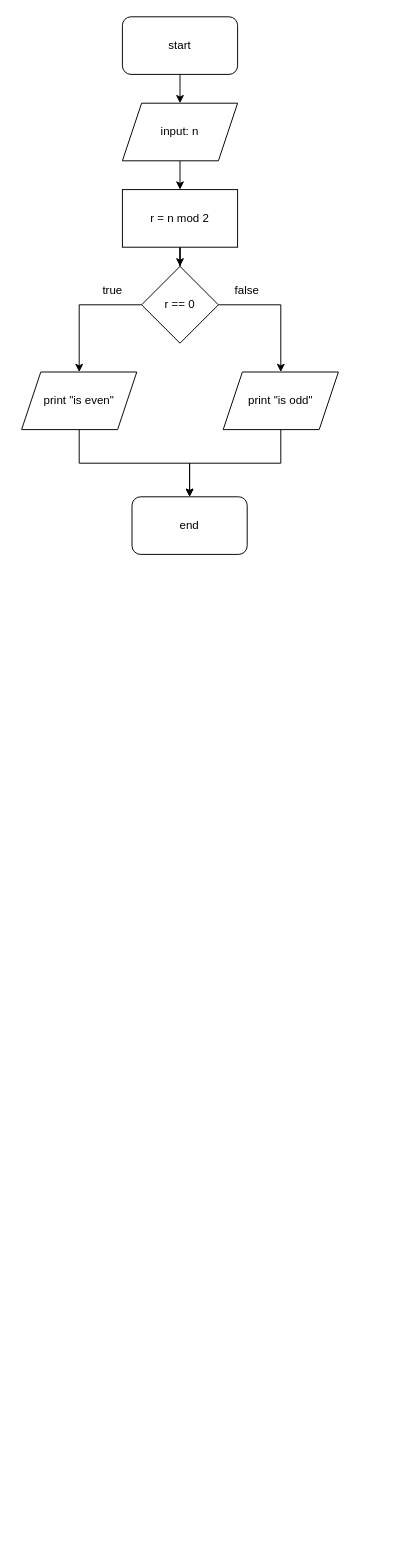
Above: Diagram bez tytułu.drawio in jacekwargol/AdventOfCode (draw.io), before the change. Source tidied: cells renumbered, new cells numbered last; positions are measured from the earlier drawing's top-left corner, leaving out a move shared by most shapes. Both pictures are drawn from the tidied source at 96%, with x=0, y=0 at pixel (21, 16).
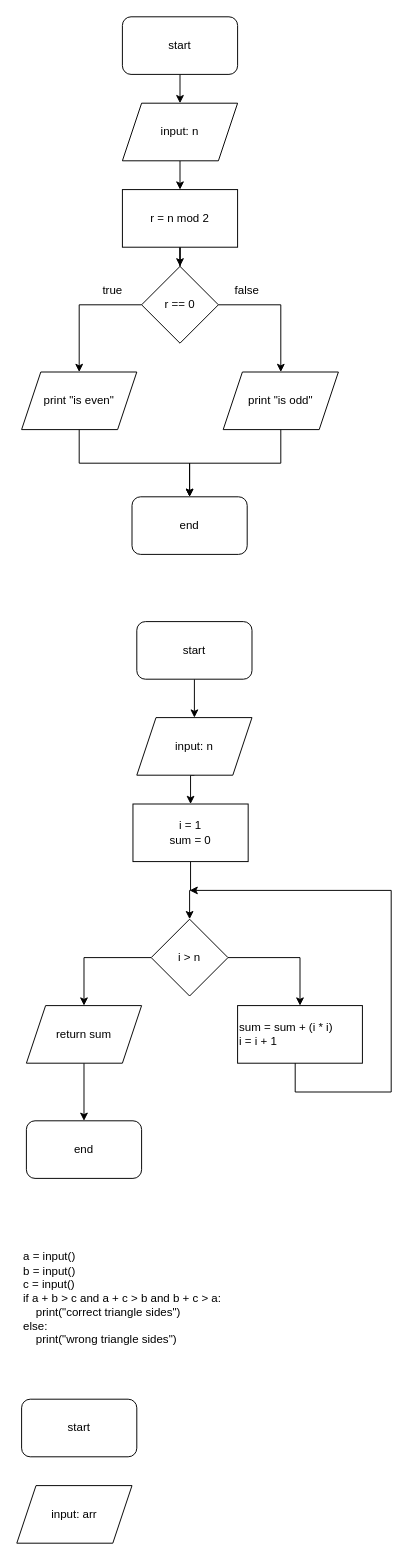
Above is the later version.

Change to the diagram source:
```diff
@@
+    <mxCell id="18" style="edgeStyle=orthogonalEdgeStyle;rounded=0;jettySize=auto;html=1;exitX=0.5;exitY=1;exitDx=0;exitDy=0;entryX=0.5;entryY=0;entryDx=0;entryDy=0;" parent="1" edge="1" source="19" target="23">
+      <mxGeometry relative="1" as="geometry" />
+    </mxCell>
+    <mxCell id="19" value="input: n" style="shape=parallelogram;perimeter=parallelogramPerimeter;whiteSpace=wrap;html=1;fixedSize=1;" parent="1" vertex="1">
+      <mxGeometry x="120" y="730" width="120" height="60" as="geometry" />
+    </mxCell>
+    <mxCell id="20" style="edgeStyle=orthogonalEdgeStyle;rounded=0;jettySize=auto;html=1;exitX=0.5;exitY=1;exitDx=0;exitDy=0;entryX=0.5;entryY=0;entryDx=0;entryDy=0;" parent="1" edge="1" source="21" target="19">
+      <mxGeometry relative="1" as="geometry" />
+    </mxCell>
+    <mxCell id="21" value="start" style="rounded=1;whiteSpace=wrap;html=1;" parent="1" vertex="1">
+      <mxGeometry x="120" y="630" width="120" height="60" as="geometry" />
+    </mxCell>
+    <mxCell id="22" style="edgeStyle=orthogonalEdgeStyle;rounded=0;jettySize=auto;html=1;exitX=0.5;exitY=1;exitDx=0;exitDy=0;entryX=0.5;entryY=0;entryDx=0;entryDy=0;" parent="1" edge="1" source="23" target="26">
+      <mxGeometry relative="1" as="geometry" />
+    </mxCell>
+    <mxCell id="23" value="i = 1&lt;br&gt;sum = 0" style="rounded=0;whiteSpace=wrap;html=1;" parent="1" vertex="1">
+      <mxGeometry x="116" y="820" width="120" height="60" as="geometry" />
+    </mxCell>
+    <mxCell id="24" style="edgeStyle=orthogonalEdgeStyle;rounded=0;jettySize=auto;html=1;exitX=1;exitY=0.5;exitDx=0;exitDy=0;" parent="1" edge="1" source="26" target="29">
+      <mxGeometry relative="1" as="geometry" />
+    </mxCell>
+    <mxCell id="25" style="edgeStyle=orthogonalEdgeStyle;rounded=0;jettySize=auto;html=1;" parent="1" edge="1" source="26" target="28">
+      <mxGeometry relative="1" as="geometry" />
+    </mxCell>
+    <mxCell id="26" value="i &amp;gt; n" style="rhombus;whiteSpace=wrap;html=1;" parent="1" vertex="1">
+      <mxGeometry x="135" y="940" width="80" height="80" as="geometry" />
+    </mxCell>
+    <mxCell id="27" style="edgeStyle=orthogonalEdgeStyle;rounded=0;jettySize=auto;html=1;exitX=0.5;exitY=1;exitDx=0;exitDy=0;entryX=0.5;entryY=0;entryDx=0;entryDy=0;" parent="1" edge="1" source="28" target="34">
+      <mxGeometry relative="1" as="geometry" />
+    </mxCell>
+    <mxCell id="28" value="return sum" style="shape=parallelogram;perimeter=parallelogramPerimeter;whiteSpace=wrap;html=1;fixedSize=1;" parent="1" vertex="1">
+      <mxGeometry x="5" y="1030" width="120" height="60" as="geometry" />
+    </mxCell>
+    <mxCell id="29" value="&lt;div style=&quot;&quot;&gt;&lt;span style=&quot;background-color: initial;&quot;&gt;sum = sum + (i * i)&lt;/span&gt;&lt;/div&gt;i = i + 1" style="rounded=0;whiteSpace=wrap;html=1;align=left;" parent="1" vertex="1">
+      <mxGeometry x="225" y="1030" width="130" height="60" as="geometry" />
+    </mxCell>
+    <mxCell id="30" style="endArrow=classic;html=1;rounded=0;" parent="1" edge="1">
+      <mxGeometry relative="1" as="geometry">
+        <mxPoint x="385" y="910" as="sourcePoint" />
+        <mxPoint x="175" y="910" as="targetPoint" />
+      </mxGeometry>
+    </mxCell>
+    <mxCell id="31" style="endArrow=none;html=1;rounded=0;" parent="1" edge="1">
+      <mxGeometry relative="1" as="geometry">
+        <mxPoint x="385" y="1120" as="sourcePoint" />
+        <mxPoint x="385" y="910" as="targetPoint" />
+      </mxGeometry>
+    </mxCell>
+    <mxCell id="32" style="endArrow=none;html=1;rounded=0;" parent="1" edge="1">
+      <mxGeometry relative="1" as="geometry">
+        <mxPoint x="385" y="1120" as="sourcePoint" />
+        <mxPoint x="285" y="1120" as="targetPoint" />
+      </mxGeometry>
+    </mxCell>
+    <mxCell id="33" style="endArrow=none;html=1;rounded=0;" parent="1" edge="1">
+      <mxGeometry relative="1" as="geometry">
+        <mxPoint x="285" y="1120" as="sourcePoint" />
+        <mxPoint x="285" y="1090" as="targetPoint" />
+      </mxGeometry>
+    </mxCell>
+    <mxCell id="34" value="end" style="rounded=1;whiteSpace=wrap;html=1;" parent="1" vertex="1">
+      <mxGeometry x="5" y="1150" width="120" height="60" as="geometry" />
+    </mxCell>
+    <mxCell id="35" value="&lt;div&gt;a = input()&lt;/div&gt;&lt;div&gt;b = input()&lt;/div&gt;&lt;div&gt;c = input()&lt;/div&gt;&lt;div&gt;if a + b &amp;gt; c and a + c &amp;gt; b and b + c &amp;gt; a:&lt;/div&gt;&lt;div&gt;&amp;nbsp; &amp;nbsp; print(&quot;correct triangle sides&quot;)&lt;/div&gt;&lt;div&gt;else:&lt;/div&gt;&lt;div&gt;&amp;nbsp; &amp;nbsp; print(&quot;wrong triangle sides&quot;)&lt;/div&gt;" style="text;html=1;strokeColor=none;fillColor=none;align=left;verticalAlign=middle;whiteSpace=wrap;rounded=0;" parent="1" vertex="1">
+      <mxGeometry y="1320" width="310" height="30" as="geometry" />
+    </mxCell>
+    <mxCell id="36" value="start" style="rounded=1;whiteSpace=wrap;html=1;" parent="1" vertex="1">
+      <mxGeometry y="1440" width="120" height="60" as="geometry" />
+    </mxCell>
+    <mxCell id="37" value="input: arr" style="shape=parallelogram;perimeter=parallelogramPerimeter;whiteSpace=wrap;html=1;fixedSize=1;" parent="1" vertex="1">
+      <mxGeometry x="-5" y="1530" width="120" height="60" as="geometry" />
+    </mxCell>
```
